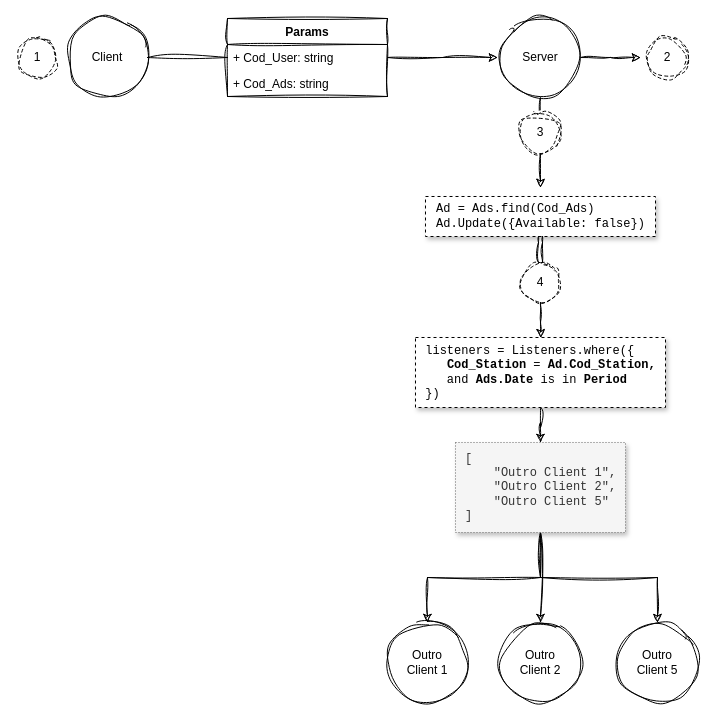
Before: page "Comprando Horários" (3 of 3) of Programatica.drawio in Vusmonth/uml, a draw.io diagram. Source tidied: cells renumbered, new cells numbered last; positions are measured from the earlier drawing's top-left corner, leaving out a move shared by most shapes. Both pictures are drawn from the tidied source at 100%, with x=0, y=0 at pixel (17, 17).
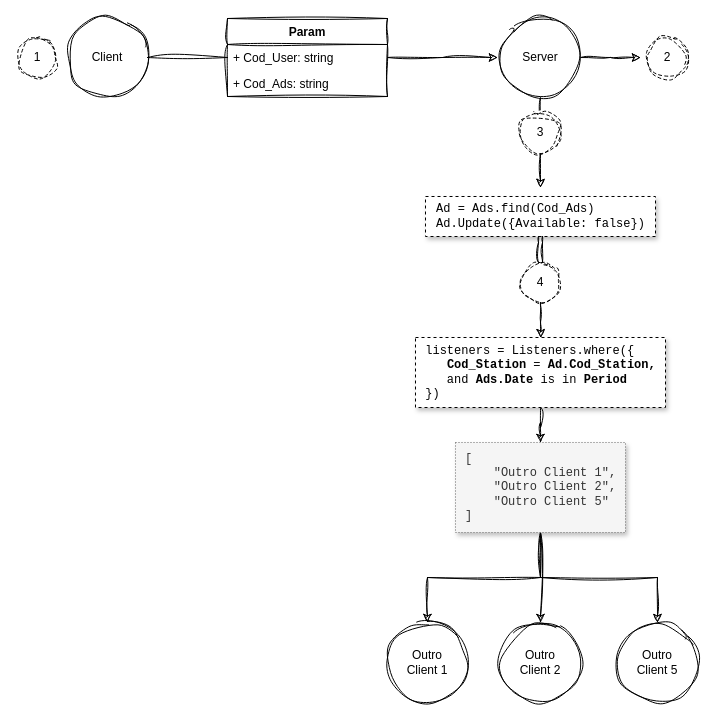
Above is the later version.

What changed in the source:
```diff
@@
-    <mxCell id="5" value="Params" style="swimlane;fontStyle=1;align=center;verticalAlign=top;horizontal=1;startSize=26;whiteSpace=wrap;html=1;sketch=1;curveFitting=1;jiggle=2;" parent="1" vertex="1">
+    <mxCell id="5" value="Param" style="swimlane;fontStyle=1;align=center;verticalAlign=top;horizontal=1;startSize=26;whiteSpace=wrap;html=1;sketch=1;curveFitting=1;jiggle=2;" parent="1" vertex="1">
       <mxGeometry x="210" y="1" width="160" height="78" as="geometry" />
     </mxCell>
```
